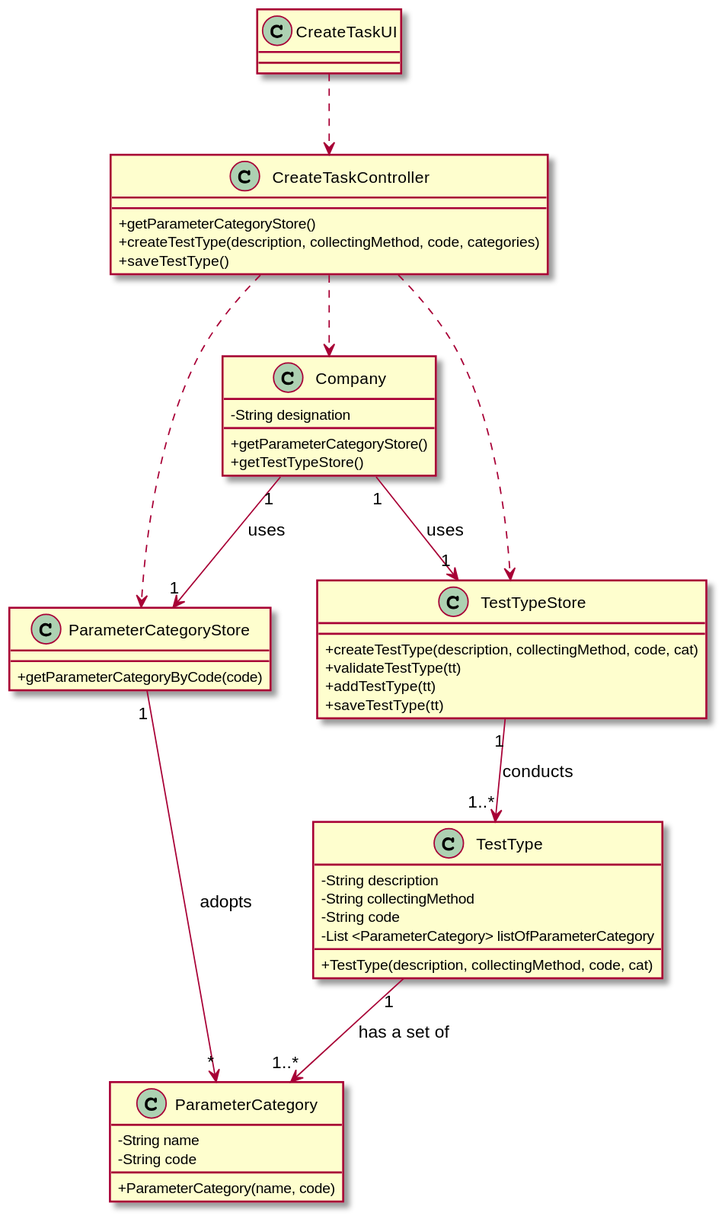
This is docs/SprintB/US9_CreateTestType/US009_CD.svg from Pedromaia26/LAPR2-ISEP, a PlantUML export, as it was before one commit.
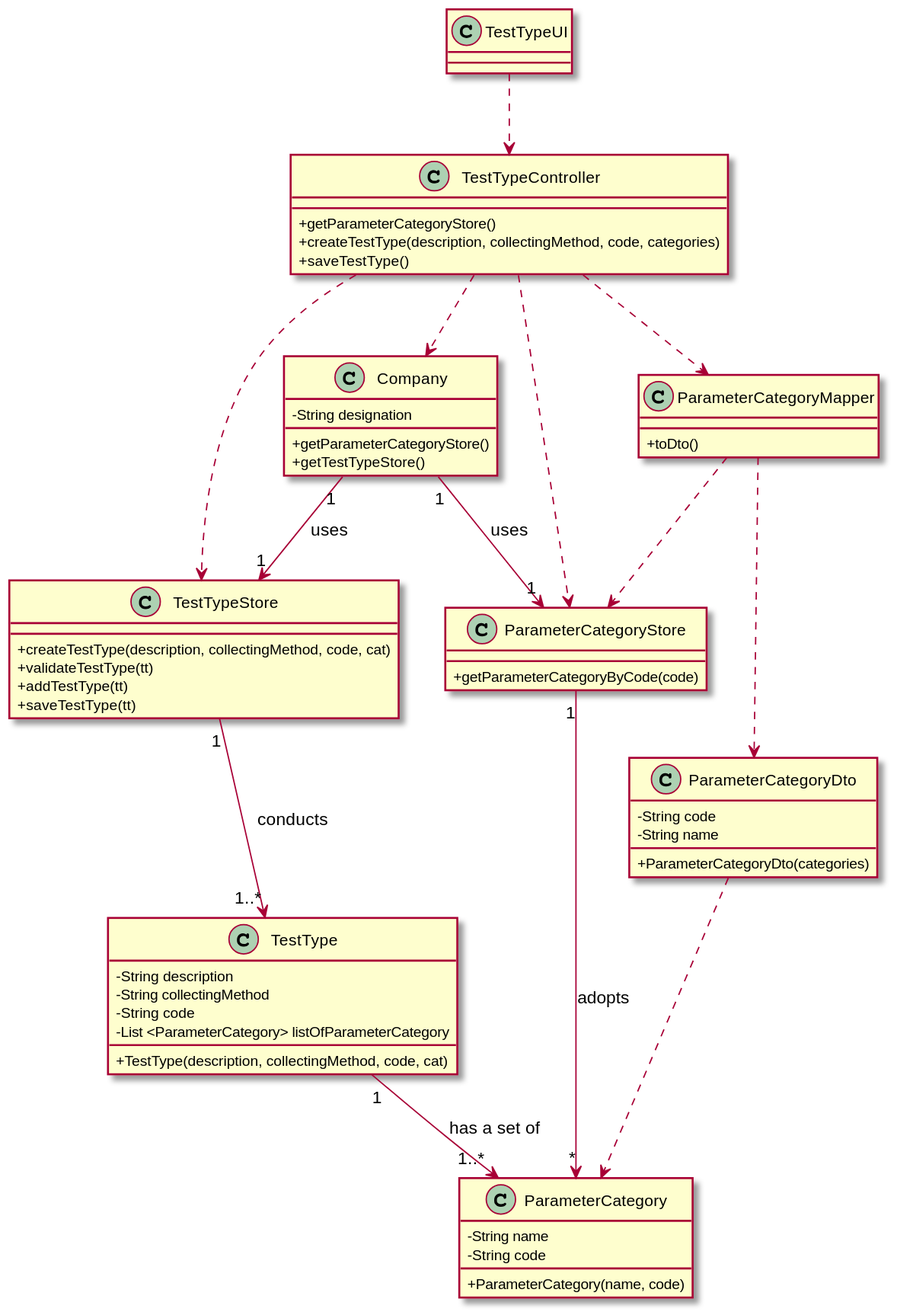
After the change.

The edit, as a diff of the source:
```diff
@@ -39,26 +39,40 @@
 }
 
 
-class CreateTaskController {
+class TestTypeController {
     +getParameterCategoryStore()
     +createTestType(description, collectingMethod, code, categories)
     +saveTestType()
 }
 
 
-class CreateTaskUI {
+class TestTypeUI {
 
 }
 
+class ParameterCategoryMapper{
++toDto()
+}
 
-CreateTaskUI ..> CreateTaskController
-CreateTaskController ..> TestTypeStore
-CreateTaskController ..> Company
-CreateTaskController ..> ParameterCategoryStore
+class ParameterCategoryDto{
+-String code
+-String name
++ParameterCategoryDto(categories)
+}
+
+TestTypeUI ..> TestTypeController
+TestTypeController ..> TestTypeStore
+TestTypeController ..> Company
+TestTypeController ..> ParameterCategoryStore
 Company "1" --> "1" ParameterCategoryStore: uses
 Company "1" --> "1" TestTypeStore: uses
 TestTypeStore "1" --> "1..*" TestType: conducts
 ParameterCategoryStore "1" -> "*" ParameterCategory: adopts
 TestType "1" --> "1..*" ParameterCategory: has a set of
+TestTypeController ..> ParameterCategoryMapper
+ParameterCategoryMapper ..> ParameterCategoryDto
+ParameterCategoryDto ..> ParameterCategory
+ParameterCategoryMapper ..> ParameterCategoryStore
+
 
 @enduml
```
